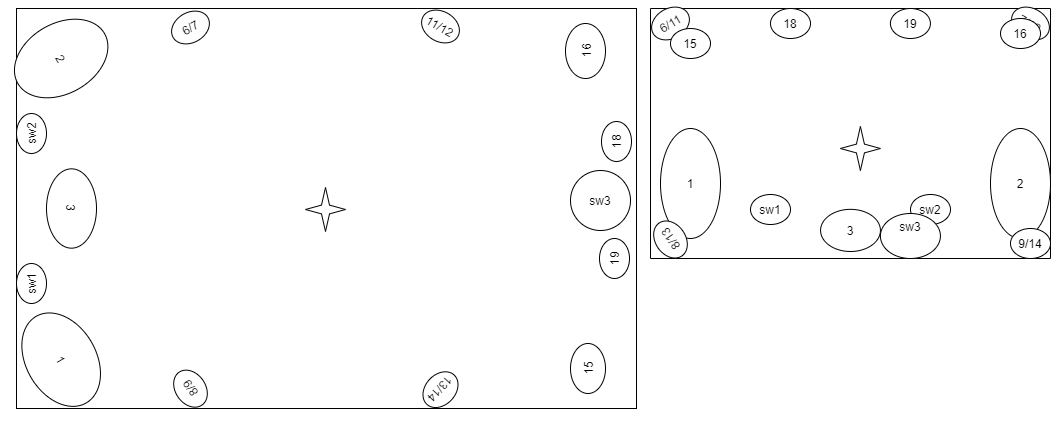
This is images/speakers-placement.png from ecow/liroma, a draw.io export, as it was before one commit. Source tidied: cells renumbered, new cells last; positions are measured from the earlier drawing's top-left corner, leaving out a move shared by most shapes.
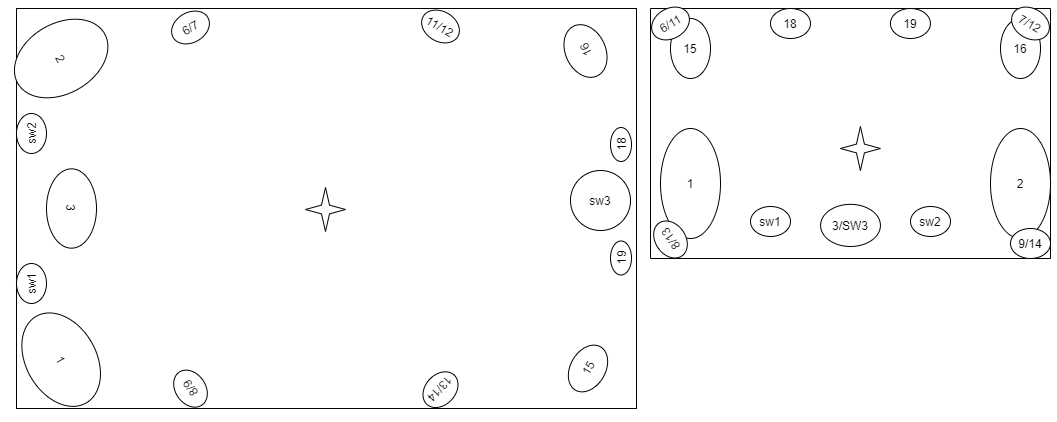
Above is the later version.

Change to the diagram source:
```diff
@@ -32,10 +32,10 @@
     <mxCell id="11" value="13/14" style="ellipse;whiteSpace=wrap;html=1;rotation=-227;" parent="1" vertex="1">
       <mxGeometry x="409" y="441.2" width="40" height="30" as="geometry" />
     </mxCell>
-    <mxCell id="12" value="16" style="ellipse;whiteSpace=wrap;html=1;rotation=-90;" parent="1" vertex="1">
+    <mxCell id="12" value="16" style="ellipse;whiteSpace=wrap;html=1;rotation=-115;" parent="1" vertex="1">
       <mxGeometry x="546.5" y="97.5" width="55" height="40" as="geometry" />
     </mxCell>
-    <mxCell id="13" value="15" style="ellipse;whiteSpace=wrap;html=1;rotation=-90;" parent="1" vertex="1">
+    <mxCell id="13" value="15" style="ellipse;whiteSpace=wrap;html=1;rotation=-60;" parent="1" vertex="1">
       <mxGeometry x="551.5" y="417.5" width="50" height="35" as="geometry" />
     </mxCell>
     <mxCell id="14" value="sw3" style="ellipse;whiteSpace=wrap;html=1;" parent="1" vertex="1">
@@ -50,42 +50,30 @@
     <mxCell id="17" value="2" style="ellipse;whiteSpace=wrap;html=1;" parent="1" vertex="1">
       <mxGeometry x="979" y="195" width="60" height="110" as="geometry" />
     </mxCell>
-    <mxCell id="18" value="3" style="ellipse;whiteSpace=wrap;html=1;rotation=0;" parent="1" vertex="1">
-      <mxGeometry x="809.1" y="275.8" width="59.8" height="42.2" as="geometry" />
+    <mxCell id="18" value="3/SW3" style="ellipse;whiteSpace=wrap;html=1;rotation=0;" parent="1" vertex="1">
+      <mxGeometry x="809.1" y="270.8" width="59.8" height="42.2" as="geometry" />
     </mxCell>
     <mxCell id="19" value="sw1" style="ellipse;whiteSpace=wrap;html=1;rotation=0;" parent="1" vertex="1">
-      <mxGeometry x="739" y="261" width="40" height="30" as="geometry" />
+      <mxGeometry x="739" y="273" width="40" height="30" as="geometry" />
     </mxCell>
     <mxCell id="20" value="sw2" style="ellipse;whiteSpace=wrap;html=1;rotation=0;" parent="1" vertex="1">
-      <mxGeometry x="899" y="261" width="40" height="30" as="geometry" />
+      <mxGeometry x="899" y="273" width="40" height="30" as="geometry" />
     </mxCell>
-    <mxCell id="21" value="6/11" style="ellipse;whiteSpace=wrap;html=1;rotation=-30;" parent="1" vertex="1">
-      <mxGeometry x="639" y="75" width="40" height="30" as="geometry" />
-    </mxCell>
-    <mxCell id="22" value="7/12" style="ellipse;whiteSpace=wrap;html=1;rotation=30;" parent="1" vertex="1">
-      <mxGeometry x="999" y="75" width="40" height="30" as="geometry" />
-    </mxCell>
     <mxCell id="23" value="8/13" style="ellipse;whiteSpace=wrap;html=1;rotation=-125;" parent="1" vertex="1">
       <mxGeometry x="639" y="291" width="40" height="30" as="geometry" />
     </mxCell>
-    <mxCell id="24" value="sw3" style="ellipse;whiteSpace=wrap;html=1;verticalAlign=top;" parent="1" vertex="1">
-      <mxGeometry x="868.9" y="280" width="60" height="45" as="geometry" />
-    </mxCell>
     <mxCell id="25" value="9/14" style="ellipse;whiteSpace=wrap;html=1;rotation=0;" parent="1" vertex="1">
       <mxGeometry x="999" y="295" width="40" height="30" as="geometry" />
     </mxCell>
     <mxCell id="26" value="16" style="ellipse;whiteSpace=wrap;html=1;rotation=0;" parent="1" vertex="1">
-      <mxGeometry x="989" y="85" width="40" height="30" as="geometry" />
+      <mxGeometry x="989" y="85" width="40" height="60" as="geometry" />
     </mxCell>
     <mxCell id="27" value="15" style="ellipse;whiteSpace=wrap;html=1;rotation=0;" parent="1" vertex="1">
-      <mxGeometry x="659" y="95" width="40" height="30" as="geometry" />
+      <mxGeometry x="659" y="85" width="40" height="60" as="geometry" />
     </mxCell>
     <mxCell id="28" value="18" style="ellipse;whiteSpace=wrap;html=1;rotation=-90;" parent="1" vertex="1">
-      <mxGeometry x="585" y="193" width="40" height="30" as="geometry" />
+      <mxGeometry x="592.5" y="200.5" width="34" height="21" as="geometry" />
     </mxCell>
-    <mxCell id="29" value="19" style="ellipse;whiteSpace=wrap;html=1;rotation=-90;" parent="1" vertex="1">
-      <mxGeometry x="583" y="310" width="40" height="30" as="geometry" />
-    </mxCell>
     <mxCell id="30" value="18" style="ellipse;whiteSpace=wrap;html=1;rotation=0;" parent="1" vertex="1">
       <mxGeometry x="759" y="75" width="40" height="30" as="geometry" />
     </mxCell>
@@ -98,5 +86,14 @@
     <mxCell id="33" style="verticalLabelPosition=bottom;verticalAlign=top;html=1;shape=mxgraph.basic.4_point_star_2;dx=0.8;" parent="1" vertex="1">
       <mxGeometry x="828.9" y="193" width="40" height="44" as="geometry" />
     </mxCell>
+    <mxCell id="29" value="19" style="ellipse;whiteSpace=wrap;html=1;rotation=-90;" parent="1" vertex="1">
+      <mxGeometry x="592.5" y="314" width="34" height="21" as="geometry" />
+    </mxCell>
+    <mxCell id="22" value="7/12" style="ellipse;whiteSpace=wrap;html=1;rotation=30;" parent="1" vertex="1">
+      <mxGeometry x="999" y="75" width="40" height="30" as="geometry" />
+    </mxCell>
+    <mxCell id="21" value="6/11" style="ellipse;whiteSpace=wrap;html=1;rotation=-30;" parent="1" vertex="1">
+      <mxGeometry x="639" y="75" width="40" height="30" as="geometry" />
+    </mxCell>
   </root>
 </mxGraphModel>
```
